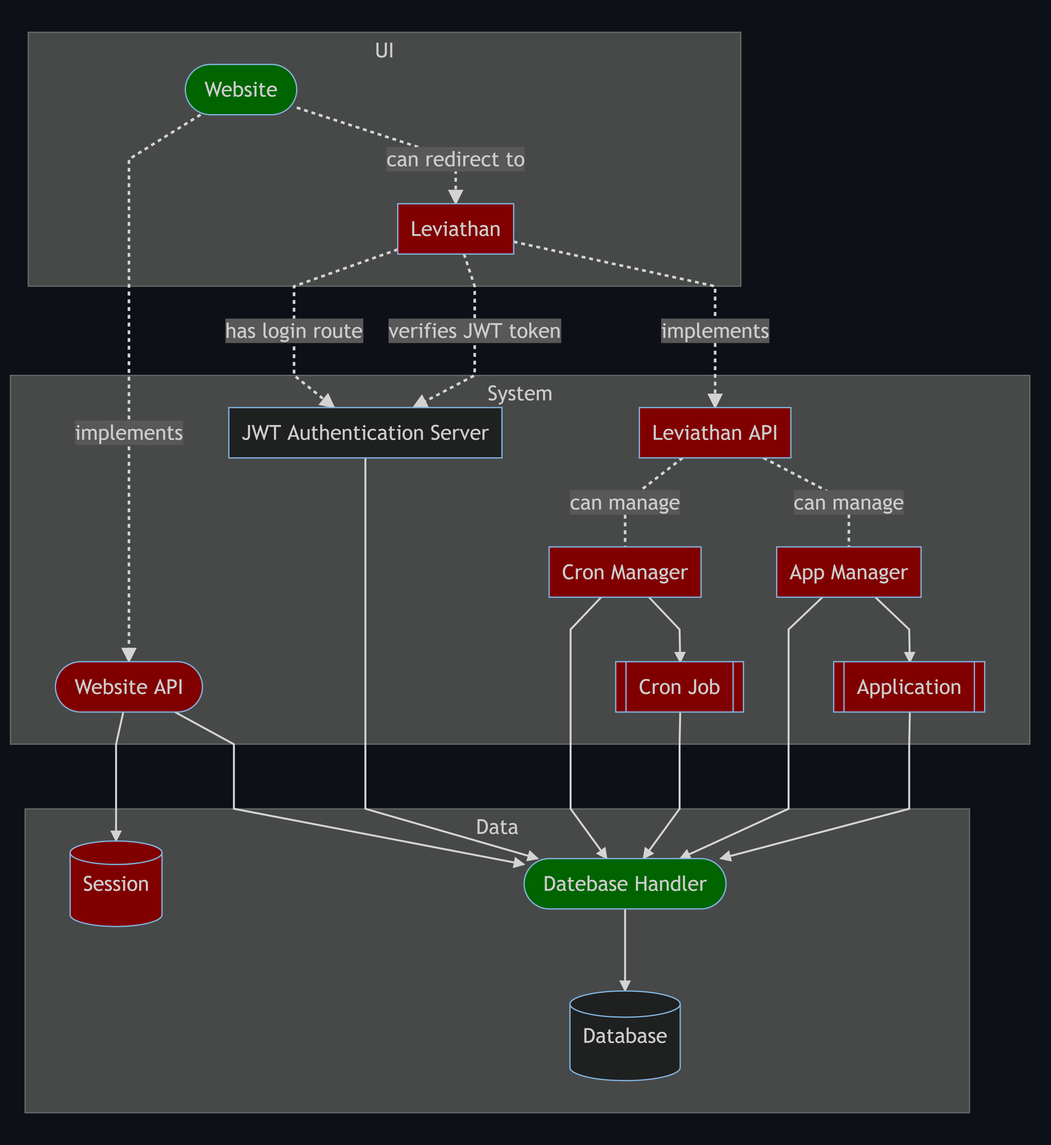
Before: diagrams/domain.png, a diagram exported from Mermaid (olivernybo/leviathan). Its source is kept beside it as diagrams/domain.mmd.
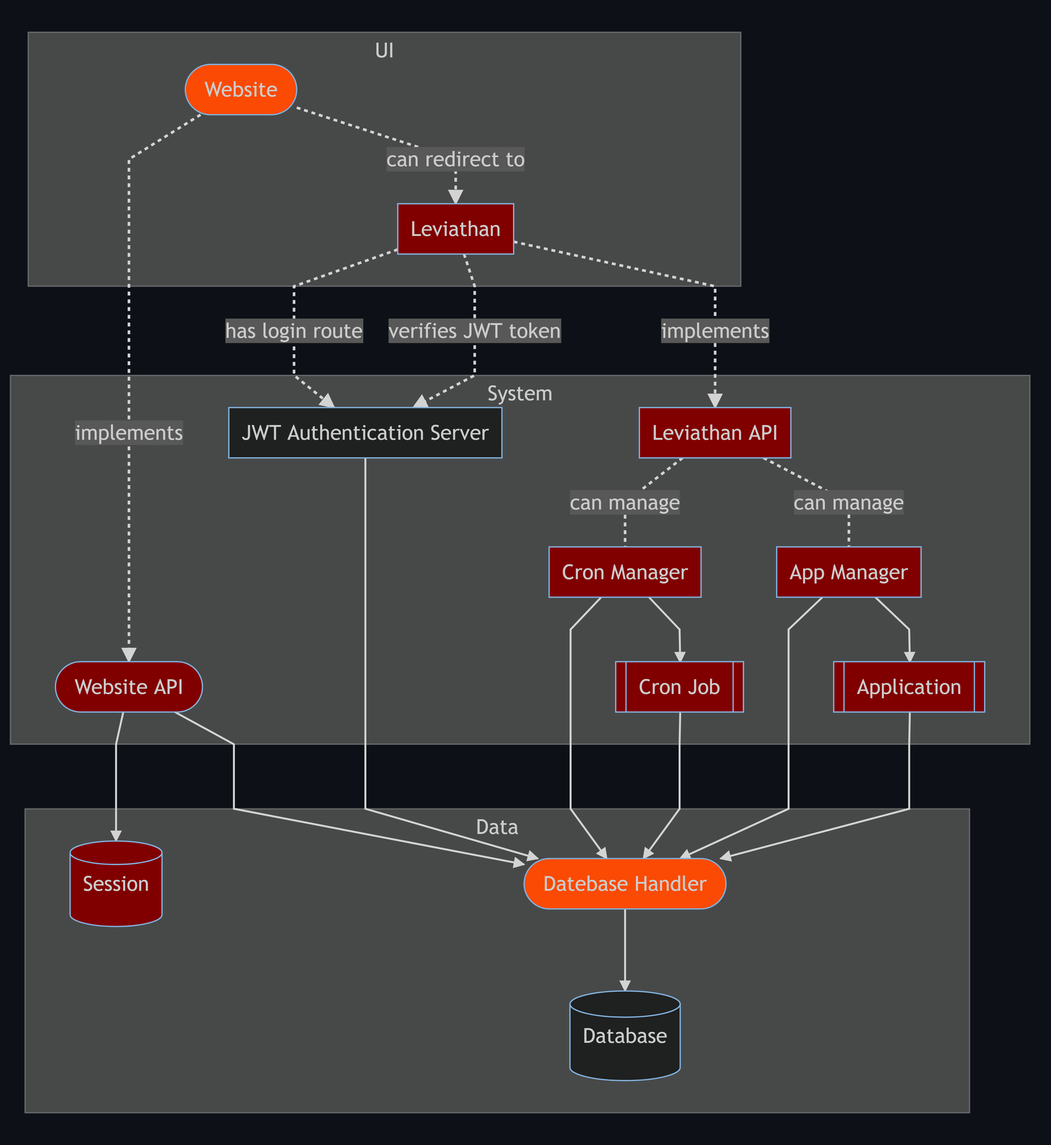
Above is the later version.

Commit message:
in progress color is now orange, not green

Diff of the diagram source:
```diff
@@ -1,6 +1,6 @@
 graph TD
 	classDef TODO fill:#800000;
-	classDef IN_PROGRESS fill:#006400;
+	classDef IN_PROGRESS fill:#FA4A04;
 
 	subgraph data [Data]
 	db[(Database)]
```
